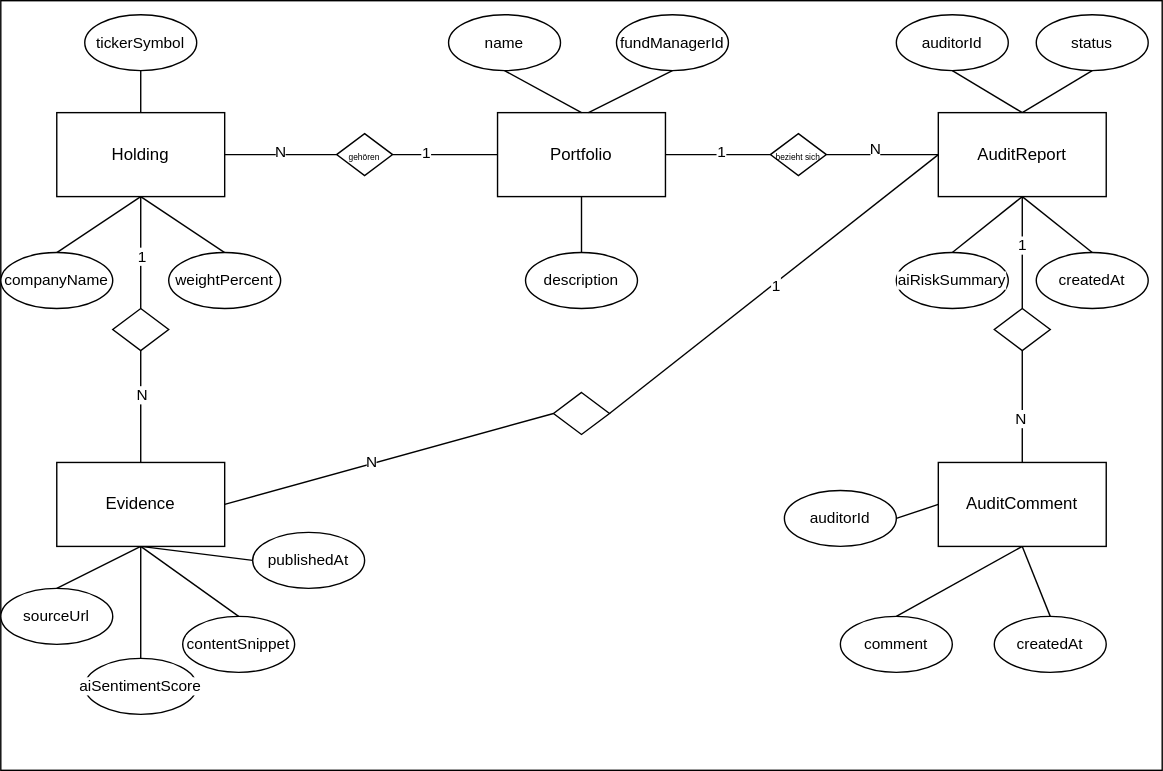
Scampoloni/TrueYield keeps this draw.io diagram as doc/er-diagram.drawio.svg. Above is the earlier version. Source tidied: cells renumbered, new cells last; positions are measured from the earlier drawing's top-left corner, leaving out a move shared by most shapes.
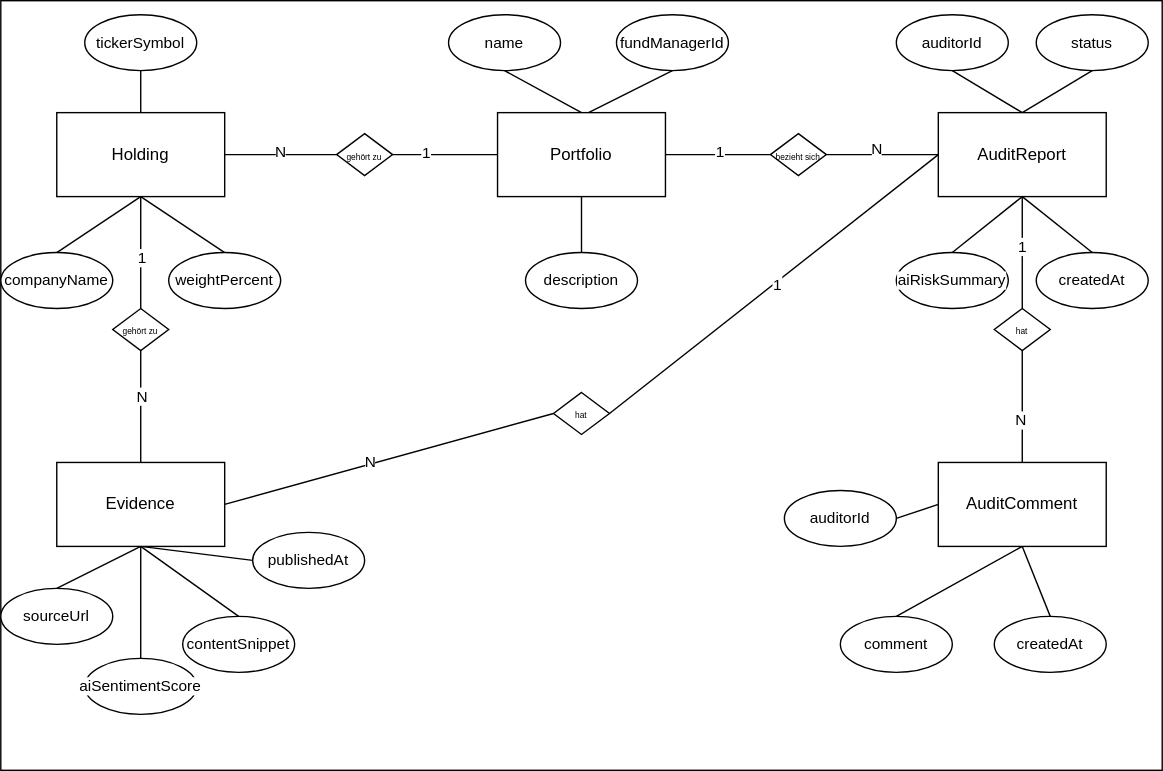
Later version of the same file.

Commit message:
docs: Add initial project documentation including requirements, ER/UC diagrams, and instructions.

Diff of the diagram source:
```diff
@@ -70,7 +70,7 @@
         <mxPoint x="-1" as="offset" />
       </mxGeometry>
     </mxCell>
-    <mxCell id="22" value="&lt;font style=&quot;font-size: 6px;&quot;&gt;gehören&lt;/font&gt;" style="rhombus;whiteSpace=wrap;html=1;" parent="1" vertex="1">
+    <mxCell id="22" value="&lt;font style=&quot;font-size: 6px;&quot;&gt;gehört zu&lt;/font&gt;" style="rhombus;whiteSpace=wrap;html=1;" parent="1" vertex="1">
       <mxGeometry x="240" y="95" width="40" height="30" as="geometry" />
     </mxCell>
     <mxCell id="23" style="edgeStyle=none;shape=connector;rounded=1;html=1;exitX=1;exitY=0.5;exitDx=0;exitDy=0;entryX=0;entryY=0.5;entryDx=0;entryDy=0;strokeColor=default;align=center;verticalAlign=middle;fontFamily=Helvetica;fontSize=11;fontColor=default;labelBackgroundColor=default;endArrow=none;endFill=0;" parent="1" edge="1" source="25" target="19">
@@ -155,7 +155,7 @@
     <mxCell id="48" value="1" style="edgeLabel;html=1;align=center;verticalAlign=middle;fontFamily=Helvetica;fontSize=11;fontColor=default;labelBackgroundColor=default;" parent="47" vertex="1">
       <mxGeometry x="0.01" y="-1" relative="1" as="geometry" />
     </mxCell>
-    <mxCell id="49" style="rhombus;whiteSpace=wrap;html=1;" parent="1" vertex="1">
+    <mxCell id="49" value="&lt;font style=&quot;font-size: 6px;&quot;&gt;hat&lt;/font&gt;" style="rhombus;whiteSpace=wrap;html=1;" parent="1" vertex="1">
       <mxGeometry x="395" y="280" width="40" height="30" as="geometry" />
     </mxCell>
     <mxCell id="50" style="edgeStyle=none;shape=connector;rounded=1;html=1;exitX=0.5;exitY=1;exitDx=0;exitDy=0;entryX=0.5;entryY=0;entryDx=0;entryDy=0;strokeColor=default;align=center;verticalAlign=middle;fontFamily=Helvetica;fontSize=11;fontColor=default;labelBackgroundColor=default;endArrow=none;endFill=0;" parent="1" edge="1" source="52" target="46">
@@ -166,7 +166,7 @@
         <mxPoint y="1" as="offset" />
       </mxGeometry>
     </mxCell>
-    <mxCell id="52" style="rhombus;whiteSpace=wrap;html=1;" parent="1" vertex="1">
+    <mxCell id="52" value="&lt;font style=&quot;font-size: 6px;&quot;&gt;gehört zu&lt;/font&gt;" style="rhombus;whiteSpace=wrap;html=1;" parent="1" vertex="1">
       <mxGeometry x="80" y="220" width="40" height="30" as="geometry" />
     </mxCell>
     <mxCell id="53" value="sourceUrl" style="ellipse;whiteSpace=wrap;html=1;fontFamily=Helvetica;fontSize=11;fontColor=default;labelBackgroundColor=default;" parent="1" vertex="1">
@@ -199,7 +199,7 @@
     <mxCell id="62" value="N" style="edgeLabel;html=1;align=center;verticalAlign=middle;" parent="61" vertex="1">
       <mxGeometry x="0.22" y="-2" relative="1" as="geometry" />
     </mxCell>
-    <mxCell id="63" style="rhombus;whiteSpace=wrap;html=1;" parent="1" vertex="1">
+    <mxCell id="63" value="&lt;font style=&quot;font-size: 6px;&quot;&gt;hat&lt;/font&gt;" style="rhombus;whiteSpace=wrap;html=1;" parent="1" vertex="1">
       <mxGeometry x="710" y="220" width="40" height="30" as="geometry" />
     </mxCell>
     <mxCell id="64" value="createdAt" style="ellipse;whiteSpace=wrap;html=1;fontFamily=Helvetica;fontSize=11;fontColor=default;labelBackgroundColor=default;" parent="1" vertex="1">
```
